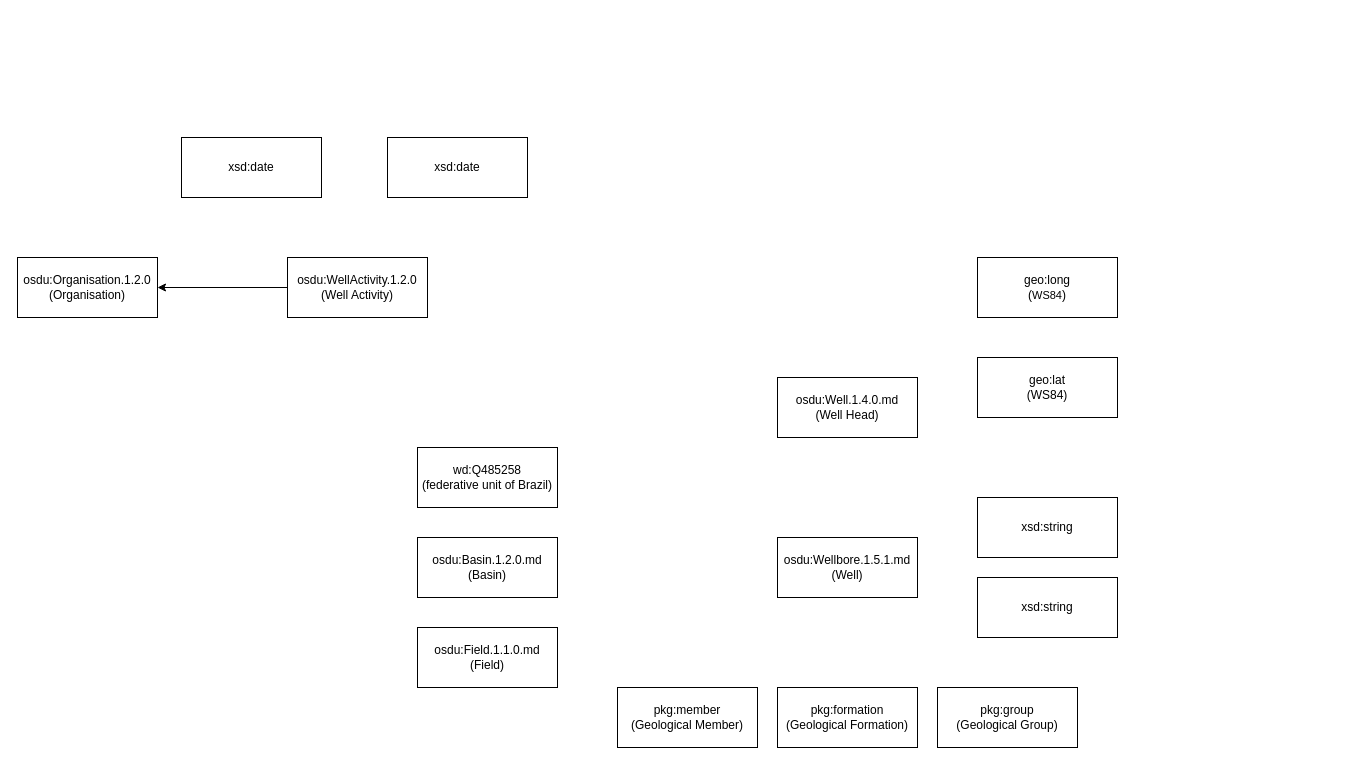
Above: semantic data model/semantic-data-model.drawio in patriciaferreiradasilva/FAIR_petrokgraph (draw.io), before the change. Source tidied: cells renumbered, new cells numbered last; positions are measured from the earlier drawing's top-left corner, leaving out a move shared by most shapes. Both pictures are drawn from the tidied source at 100%, with x=0, y=0 at pixel (17, 137).
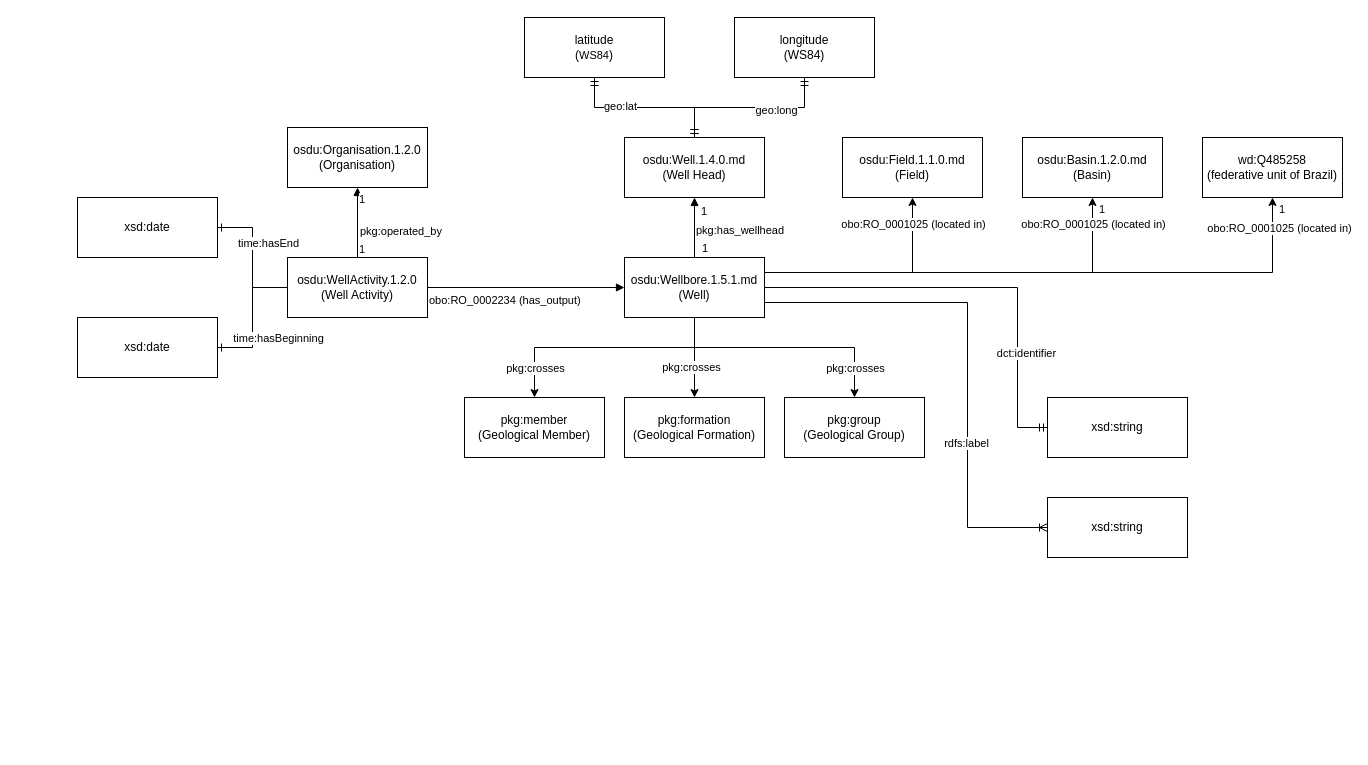
After the change.

Commit message (it also covers changes not shown here):
data and metadata model additional specifications

Unchanged cells that the change refers to:
```xml
<mxCell id="3" value="&lt;div&gt;osdu:WellActivity.1.2.0&lt;/div&gt;(Well Activity)" style="rounded=0;whiteSpace=wrap;html=1;" parent="1" vertex="1">
  <mxGeometry x="270" y="120" width="140" height="60" as="geometry" />
</mxCell>
```

What changed in the source:
```diff
@@
-    <mxCell id="2" style="edgeStyle=orthogonalEdgeStyle;rounded=0;jettySize=auto;html=1;entryX=1;entryY=0.5;entryDx=0;entryDy=0;" parent="1" edge="1" source="3" target="5">
-      <mxGeometry relative="1" as="geometry" />
-    </mxCell>
@@
     <mxCell id="4" value="&lt;div&gt;wd:Q485258&lt;/div&gt;&lt;div&gt;(federative unit of Brazil)&lt;/div&gt;" style="rounded=0;whiteSpace=wrap;html=1;" parent="1" vertex="1">
-      <mxGeometry x="400" y="310" width="140" height="60" as="geometry" />
+      <mxGeometry x="1185" width="140" height="60" as="geometry" />
     </mxCell>
     <mxCell id="5" value="&lt;div&gt;osdu:Organisation.1.2.0&lt;/div&gt;(Organisation)" style="rounded=0;whiteSpace=wrap;html=1;" parent="1" vertex="1">
-      <mxGeometry y="120" width="140" height="60" as="geometry" />
+      <mxGeometry x="270" y="-10" width="140" height="60" as="geometry" />
     </mxCell>
     <mxCell id="6" value="osdu:Basin.1.2.0.md&lt;div&gt;(Basin)&lt;/div&gt;" style="rounded=0;whiteSpace=wrap;html=1;" parent="1" vertex="1">
-      <mxGeometry x="400" y="400" width="140" height="60" as="geometry" />
+      <mxGeometry x="1005" width="140" height="60" as="geometry" />
     </mxCell>
     <mxCell id="7" value="osdu:Field.1.1.0.md&lt;div&gt;&lt;span style=&quot;background-color: transparent; color: light-dark(rgb(0, 0, 0), rgb(255, 255, 255));&quot;&gt;(Field)&lt;/span&gt;&lt;/div&gt;" style="rounded=0;whiteSpace=wrap;html=1;" parent="1" vertex="1">
-      <mxGeometry x="400" y="490" width="140" height="60" as="geometry" />
+      <mxGeometry x="825" width="140" height="60" as="geometry" />
     </mxCell>
     <mxCell id="8" value="pkg:formation&lt;div&gt;(Geological Formation)&lt;/div&gt;" style="rounded=0;whiteSpace=wrap;html=1;" parent="1" vertex="1">
-      <mxGeometry x="760" y="550" width="140" height="60" as="geometry" />
+      <mxGeometry x="607" y="260" width="140" height="60" as="geometry" />
     </mxCell>
     <mxCell id="9" value="pkg:group&lt;div&gt;(Geological Group)&lt;/div&gt;" style="rounded=0;whiteSpace=wrap;html=1;" parent="1" vertex="1">
-      <mxGeometry x="920" y="550" width="140" height="60" as="geometry" />
+      <mxGeometry x="767" y="260" width="140" height="60" as="geometry" />
     </mxCell>
     <mxCell id="10" value="pkg:member&lt;div&gt;(Geological Member)&lt;/div&gt;" style="rounded=0;whiteSpace=wrap;html=1;" parent="1" vertex="1">
-      <mxGeometry x="600" y="550" width="140" height="60" as="geometry" />
+      <mxGeometry x="447" y="260" width="140" height="60" as="geometry" />
     </mxCell>
-    <mxCell id="11" value="geo:lat&lt;div&gt;(WS84)&lt;/div&gt;" style="rounded=0;whiteSpace=wrap;html=1;" parent="1" vertex="1">
-      <mxGeometry x="960" y="220" width="140" height="60" as="geometry" />
+    <mxCell id="11" value="longitude&lt;br&gt;&lt;div&gt;(WS84)&lt;/div&gt;" style="rounded=0;whiteSpace=wrap;html=1;" parent="1" vertex="1">
+      <mxGeometry x="717" y="-120" width="140" height="60" as="geometry" />
     </mxCell>
-    <mxCell id="12" value="geo:long&lt;div&gt;(&lt;span style=&quot;font-size: 11px; text-wrap-mode: nowrap; background-color: rgb(255, 255, 255);&quot;&gt;WS84&lt;/span&gt;)&lt;/div&gt;" style="rounded=0;whiteSpace=wrap;html=1;" parent="1" vertex="1">
-      <mxGeometry x="960" y="120" width="140" height="60" as="geometry" />
+    <mxCell id="12" value="latitude&lt;br&gt;&lt;div&gt;(&lt;span style=&quot;font-size: 11px; text-wrap-mode: nowrap; background-color: rgb(255, 255, 255);&quot;&gt;WS84&lt;/span&gt;)&lt;/div&gt;" style="rounded=0;whiteSpace=wrap;html=1;" parent="1" vertex="1">
+      <mxGeometry x="507" y="-120" width="140" height="60" as="geometry" />
     </mxCell>
     <mxCell id="13" value="xsd:string" style="rounded=0;whiteSpace=wrap;html=1;" parent="1" vertex="1">
-      <mxGeometry x="960" y="440" width="140" height="60" as="geometry" />
+      <mxGeometry x="1030" y="360" width="140" height="60" as="geometry" />
     </mxCell>
-    <mxCell id="14" value="xsd:date" style="rounded=0;whiteSpace=wrap;html=1;" parent="1" vertex="1">
-      <mxGeometry x="164" width="140" height="60" as="geometry" />
+    <mxCell id="14" value="&lt;div&gt;&lt;span style=&quot;background-color: transparent; color: light-dark(rgb(0, 0, 0), rgb(255, 255, 255));&quot;&gt;xsd:date&lt;/span&gt;&lt;/div&gt;" style="rounded=0;whiteSpace=wrap;html=1;" parent="1" vertex="1">
+      <mxGeometry x="60" y="180" width="140" height="60" as="geometry" />
     </mxCell>
     <mxCell id="15" value="xsd:date" style="rounded=0;whiteSpace=wrap;html=1;" parent="1" vertex="1">
-      <mxGeometry x="370" width="140" height="60" as="geometry" />
+      <mxGeometry x="60" y="60" width="140" height="60" as="geometry" />
     </mxCell>
+    <mxCell id="19" style="edgeStyle=orthogonalEdgeStyle;rounded=0;jettySize=auto;html=1;entryX=0.5;entryY=1;entryDx=0;entryDy=0;exitX=1;exitY=0.25;exitDx=0;exitDy=0;" parent="1" edge="1" source="16" target="4">
+      <mxGeometry relative="1" as="geometry" />
+    </mxCell>
+    <mxCell id="20" value="obo:RO_0001025 (located in)" style="edgeLabel;html=1;align=center;verticalAlign=middle;" parent="19" vertex="1">
+      <mxGeometry x="0.39" y="5" relative="1" as="geometry">
+        <mxPoint x="109" y="-40" as="offset" />
+      </mxGeometry>
+    </mxCell>
+    <mxCell id="21" style="edgeStyle=orthogonalEdgeStyle;rounded=0;jettySize=auto;html=1;entryX=0.5;entryY=1;entryDx=0;entryDy=0;exitX=1;exitY=0.25;exitDx=0;exitDy=0;" parent="1" edge="1" source="16" target="6">
+      <mxGeometry relative="1" as="geometry" />
+    </mxCell>
+    <mxCell id="22" value="obo:RO_0001025 (located in)" style="edgeLabel;html=1;align=center;verticalAlign=middle;" parent="21" vertex="1">
+      <mxGeometry x="0.74" relative="1" as="geometry">
+        <mxPoint y="-26" as="offset" />
+      </mxGeometry>
+    </mxCell>
+    <mxCell id="23" style="edgeStyle=orthogonalEdgeStyle;rounded=0;jettySize=auto;html=1;entryX=0.5;entryY=1;entryDx=0;entryDy=0;exitX=1;exitY=0.25;exitDx=0;exitDy=0;" parent="1" edge="1" source="16" target="7">
+      <mxGeometry relative="1" as="geometry" />
+    </mxCell>
+    <mxCell id="24" value="obo:RO_0001025 (located in)" style="edgeLabel;html=1;align=center;verticalAlign=middle;" parent="23" vertex="1">
+      <mxGeometry x="0.61" relative="1" as="geometry">
+        <mxPoint y="-17" as="offset" />
+      </mxGeometry>
+    </mxCell>
+    <mxCell id="25" style="edgeStyle=orthogonalEdgeStyle;rounded=0;jettySize=auto;html=1;entryX=0.5;entryY=0;entryDx=0;entryDy=0;exitX=0.5;exitY=1;exitDx=0;exitDy=0;" parent="1" edge="1" source="16" target="10">
+      <mxGeometry relative="1" as="geometry">
+        <Array as="points">
+          <mxPoint x="677" y="210" />
+          <mxPoint x="517" y="210" />
+        </Array>
+      </mxGeometry>
+    </mxCell>
+    <mxCell id="26" value="pkg:crosses" style="edgeLabel;html=1;align=center;verticalAlign=middle;" parent="25" vertex="1">
+      <mxGeometry x="0.71" y="-3" relative="1" as="geometry">
+        <mxPoint x="3" y="5" as="offset" />
+      </mxGeometry>
+    </mxCell>
+    <mxCell id="27" style="edgeStyle=orthogonalEdgeStyle;rounded=0;jettySize=auto;html=1;" parent="1" edge="1" source="16" target="8">
+      <mxGeometry relative="1" as="geometry" />
+    </mxCell>
+    <mxCell id="28" value="pkg:crosses" style="edgeLabel;html=1;align=center;verticalAlign=middle;" parent="27" vertex="1">
+      <mxGeometry x="0.22" y="-4" relative="1" as="geometry" />
+    </mxCell>
+    <mxCell id="29" style="edgeStyle=orthogonalEdgeStyle;rounded=0;jettySize=auto;html=1;exitX=0.5;exitY=1;exitDx=0;exitDy=0;" parent="1" edge="1" source="16" target="9">
+      <mxGeometry relative="1" as="geometry">
+        <Array as="points">
+          <mxPoint x="677" y="210" />
+          <mxPoint x="837" y="210" />
+        </Array>
+      </mxGeometry>
+    </mxCell>
+    <mxCell id="30" value="pkg:crosses" style="edgeLabel;html=1;align=center;verticalAlign=middle;" parent="29" vertex="1">
+      <mxGeometry x="-0.09" y="3" relative="1" as="geometry">
+        <mxPoint x="81" y="23" as="offset" />
+      </mxGeometry>
+    </mxCell>
     <mxCell id="16" value="osdu:Wellbore.1.5.1.md&lt;div&gt;(Well)&lt;/div&gt;" style="rounded=0;whiteSpace=wrap;html=1;" parent="1" vertex="1">
-      <mxGeometry x="760" y="400" width="140" height="60" as="geometry" />
+      <mxGeometry x="607" y="120" width="140" height="60" as="geometry" />
     </mxCell>
     <mxCell id="17" value="xsd:string" style="rounded=0;whiteSpace=wrap;html=1;" parent="1" vertex="1">
-      <mxGeometry x="960" y="360" width="140" height="60" as="geometry" />
+      <mxGeometry x="1030" y="260" width="140" height="60" as="geometry" />
     </mxCell>
     <mxCell id="18" value="osdu:Well.1.4.0.md&lt;div&gt;(Well Head)&lt;/div&gt;" style="rounded=0;whiteSpace=wrap;html=1;" parent="1" vertex="1">
-      <mxGeometry x="760" y="240" width="140" height="60" as="geometry" />
+      <mxGeometry x="607" width="140" height="60" as="geometry" />
     </mxCell>
+    <mxCell id="2" value="pkg:operated_by" style="endArrow=block;endFill=1;html=1;edgeStyle=orthogonalEdgeStyle;align=left;verticalAlign=top;rounded=0;exitX=0.5;exitY=0;exitDx=0;exitDy=0;" parent="1" edge="1" source="3" target="5">
+      <mxGeometry x="0.12" relative="1" as="geometry">
+        <mxPoint x="1" as="offset" />
+      </mxGeometry>
+    </mxCell>
+    <mxCell id="31" value="1" style="edgeLabel;html=1;align=left;verticalAlign=bottom;" parent="2" vertex="1">
+      <mxGeometry x="-1" relative="1" as="geometry">
+        <mxPoint y="-50" as="offset" />
+      </mxGeometry>
+    </mxCell>
+    <mxCell id="32" style="edgeStyle=orthogonalEdgeStyle;fontSize=12;html=1;endArrow=ERone;endFill=1;rounded=0;entryX=1;entryY=0.5;entryDx=0;entryDy=0;exitX=0;exitY=0.5;exitDx=0;exitDy=0;" parent="1" edge="1" source="3" target="14">
+      <mxGeometry relative="1" as="geometry" />
+    </mxCell>
+    <mxCell id="33" value="time:hasBeginning" style="edgeLabel;html=1;align=center;verticalAlign=middle;" parent="32" vertex="1">
+      <mxGeometry x="0.11" y="2" relative="1" as="geometry">
+        <mxPoint x="23" y="13" as="offset" />
+      </mxGeometry>
+    </mxCell>
+    <mxCell id="34" style="edgeStyle=orthogonalEdgeStyle;fontSize=12;html=1;endArrow=ERone;endFill=1;rounded=0;entryX=1;entryY=0.5;entryDx=0;entryDy=0;" parent="1" edge="1" source="3" target="15">
+      <mxGeometry relative="1" as="geometry" />
+    </mxCell>
+    <mxCell id="35" value="time:hasEnd" style="edgeLabel;html=1;align=center;verticalAlign=middle;" parent="34" vertex="1">
+      <mxGeometry x="0.11" y="2" relative="1" as="geometry">
+        <mxPoint x="17" y="-8" as="offset" />
+      </mxGeometry>
+    </mxCell>
+    <mxCell id="36" value="obo:RO_0002234 (has_output)" style="endArrow=block;endFill=1;html=1;edgeStyle=orthogonalEdgeStyle;align=left;verticalAlign=top;rounded=0;entryX=0;entryY=0.5;entryDx=0;entryDy=0;exitX=1;exitY=0.5;exitDx=0;exitDy=0;" parent="1" edge="1" source="3" target="16">
+      <mxGeometry x="-1" relative="1" as="geometry" />
+    </mxCell>
+    <mxCell id="37" value="1" style="edgeLabel;html=1;align=left;verticalAlign=bottom;" parent="36" vertex="1">
+      <mxGeometry x="-1" relative="1" as="geometry">
+        <mxPoint x="-70" y="-30" as="offset" />
+      </mxGeometry>
+    </mxCell>
+    <mxCell id="38" value="pkg:has_wellhead" style="endArrow=block;endFill=1;html=1;edgeStyle=orthogonalEdgeStyle;align=left;verticalAlign=top;rounded=0;exitX=0.5;exitY=0;exitDx=0;exitDy=0;entryX=0.5;entryY=1;entryDx=0;entryDy=0;" parent="1" edge="1" source="16" target="18">
+      <mxGeometry x="0.33" relative="1" as="geometry" />
+    </mxCell>
+    <mxCell id="39" value="1" style="edgeLabel;html=1;align=left;verticalAlign=bottom;" parent="38" vertex="1">
+      <mxGeometry x="-1" relative="1" as="geometry">
+        <mxPoint x="5" y="-38" as="offset" />
+      </mxGeometry>
+    </mxCell>
+    <mxCell id="40" value="1" style="edgeLabel;html=1;align=left;verticalAlign=bottom;" parent="38" vertex="1">
+      <mxGeometry x="-1" relative="1" as="geometry">
+        <mxPoint x="6" y="-1" as="offset" />
+      </mxGeometry>
+    </mxCell>
+    <mxCell id="41" value="1" style="edgeLabel;html=1;align=left;verticalAlign=bottom;" parent="38" vertex="1">
+      <mxGeometry x="-1" relative="1" as="geometry">
+        <mxPoint x="403" y="-40" as="offset" />
+      </mxGeometry>
+    </mxCell>
+    <mxCell id="42" value="1" style="edgeLabel;html=1;align=left;verticalAlign=bottom;" parent="38" vertex="1">
+      <mxGeometry x="-1" relative="1" as="geometry">
+        <mxPoint x="583" y="-40" as="offset" />
+      </mxGeometry>
+    </mxCell>
+    <mxCell id="43" style="edgeStyle=orthogonalEdgeStyle;fontSize=12;html=1;endArrow=ERmandOne;rounded=0;entryX=0;entryY=0.5;entryDx=0;entryDy=0;exitX=1;exitY=0.5;exitDx=0;exitDy=0;" parent="1" edge="1" source="16" target="17">
+      <mxGeometry relative="1" as="geometry">
+        <Array as="points">
+          <mxPoint x="1000" y="150" />
+          <mxPoint x="1000" y="290" />
+        </Array>
+      </mxGeometry>
+    </mxCell>
+    <mxCell id="44" value="dct:identifier" style="edgeLabel;html=1;align=center;verticalAlign=middle;" parent="43" vertex="1">
+      <mxGeometry x="0.1" y="-3" relative="1" as="geometry">
+        <mxPoint x="28" y="62" as="offset" />
+      </mxGeometry>
+    </mxCell>
+    <mxCell id="45" style="edgeStyle=orthogonalEdgeStyle;fontSize=12;html=1;endArrow=ERmandOne;startArrow=ERmandOne;rounded=0;entryX=0.5;entryY=1;entryDx=0;entryDy=0;exitX=0.5;exitY=0;exitDx=0;exitDy=0;" parent="1" edge="1" source="18" target="12">
+      <mxGeometry relative="1" as="geometry" />
+    </mxCell>
+    <mxCell id="46" value="geo:lat" style="edgeLabel;html=1;align=center;verticalAlign=middle;" parent="45" vertex="1">
+      <mxGeometry x="0.31" y="-2" relative="1" as="geometry" />
+    </mxCell>
+    <mxCell id="47" style="edgeStyle=orthogonalEdgeStyle;fontSize=12;html=1;endArrow=ERmandOne;startArrow=ERmandOne;rounded=0;exitX=0.5;exitY=0;exitDx=0;exitDy=0;" parent="1" edge="1" source="18" target="11">
+      <mxGeometry relative="1" as="geometry" />
+    </mxCell>
+    <mxCell id="48" value="geo:long" style="edgeLabel;html=1;align=center;verticalAlign=middle;" parent="47" vertex="1">
+      <mxGeometry x="0.31" y="-2" relative="1" as="geometry" />
+    </mxCell>
+    <mxCell id="49" style="edgeStyle=orthogonalEdgeStyle;fontSize=12;html=1;endArrow=ERoneToMany;rounded=0;entryX=0;entryY=0.5;entryDx=0;entryDy=0;" parent="1" edge="1" source="16" target="13">
+      <mxGeometry relative="1" as="geometry">
+        <Array as="points">
+          <mxPoint x="950" y="165" />
+          <mxPoint x="950" y="390" />
+        </Array>
+      </mxGeometry>
+    </mxCell>
+    <mxCell id="50" value="rdfs:label" style="edgeLabel;html=1;align=center;verticalAlign=middle;" parent="49" vertex="1">
+      <mxGeometry x="0.35" y="-2" relative="1" as="geometry" />
+    </mxCell>
```
